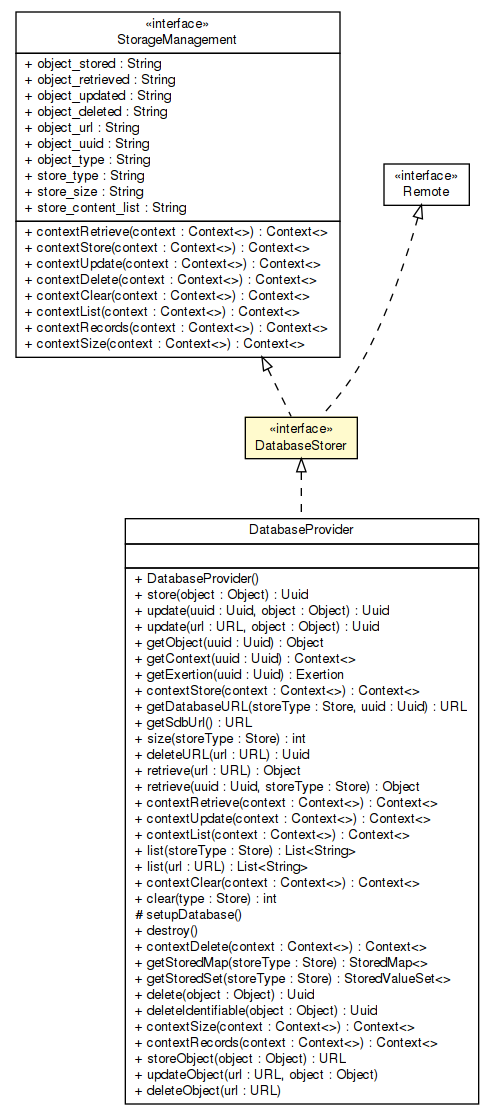
sorcersoft/sorcersoft.github.io keeps this Graphviz diagram as apidocs/sorcer/service/DatabaseStorer.png. Above is the earlier version. Its source is kept beside it as apidocs/sorcer/service/DatabaseStorer.dot.
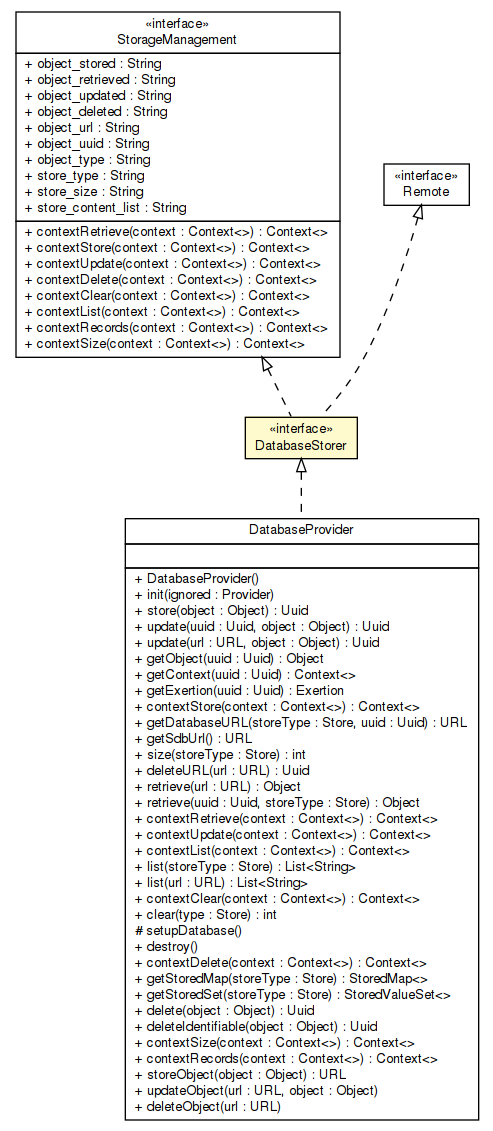
The same file after the commit.

What changed in the source:
```diff
@@ -4,7 +4,7 @@
 	node [fontname="Helvetica",fontsize=10,shape=plaintext];
 	nodesep=0.25;
 	ranksep=0.5;
-	c118381 [label=<<table title="sorcer.core.provider.StorageManagement" border="0" cellborder="1" cellspacing="0" cellpadding="2" port="p" href="../core/provider/StorageManagement.html">
+	c163306 [label=<<table title="sorcer.core.provider.StorageManagement" border="0" cellborder="1" cellspacing="0" cellpadding="2" port="p" href="../core/provider/StorageManagement.html">
 		<tr><td><table border="0" cellspacing="0" cellpadding="1">
 <tr><td align="center" balign="center"> &#171;interface&#187; </td></tr>
 <tr><td align="center" balign="center"> StorageManagement </td></tr>
@@ -32,13 +32,13 @@
 <tr><td align="left" balign="left"> + contextSize(context : Context&lt;&gt;) : Context&lt;&gt; </td></tr>
 		</table></td></tr>
 		</table>>, URL="../core/provider/StorageManagement.html", fontname="Helvetica", fontcolor="black", fontsize=10.0];
-	c118445 [label=<<table title="sorcer.service.DatabaseStorer" border="0" cellborder="1" cellspacing="0" cellpadding="2" port="p" bgcolor="lemonChiffon" href="./DatabaseStorer.html">
+	c163406 [label=<<table title="sorcer.service.DatabaseStorer" border="0" cellborder="1" cellspacing="0" cellpadding="2" port="p" bgcolor="lemonChiffon" href="./DatabaseStorer.html">
 		<tr><td><table border="0" cellspacing="0" cellpadding="1">
 <tr><td align="center" balign="center"> &#171;interface&#187; </td></tr>
 <tr><td align="center" balign="center"> DatabaseStorer </td></tr>
 		</table></td></tr>
 		</table>>, URL="./DatabaseStorer.html", fontname="Helvetica", fontcolor="black", fontsize=10.0];
-	c118573 [label=<<table title="sorcer.core.provider.dbp.DatabaseProvider" border="0" cellborder="1" cellspacing="0" cellpadding="2" port="p" href="../core/provider/dbp/DatabaseProvider.html">
+	c163541 [label=<<table title="sorcer.core.provider.dbp.DatabaseProvider" border="0" cellborder="1" cellspacing="0" cellpadding="2" port="p" href="../core/provider/dbp/DatabaseProvider.html">
 		<tr><td><table border="0" cellspacing="0" cellpadding="1">
 <tr><td align="center" balign="center"> DatabaseProvider </td></tr>
 		</table></td></tr>
@@ -47,6 +47,7 @@
 		</table></td></tr>
 		<tr><td><table border="0" cellspacing="0" cellpadding="1">
 <tr><td align="left" balign="left"> + DatabaseProvider() </td></tr>
+<tr><td align="left" balign="left"> + init(ignored : Provider) </td></tr>
 <tr><td align="left" balign="left"> + store(object : Object) : Uuid </td></tr>
 <tr><td align="left" balign="left"> + update(uuid : Uuid, object : Object) : Uuid </td></tr>
 <tr><td align="left" balign="left"> + update(url : URL, object : Object) : Uuid </td></tr>
@@ -81,10 +82,10 @@
 <tr><td align="left" balign="left"> + deleteObject(url : URL) </td></tr>
 		</table></td></tr>
 		</table>>, URL="../core/provider/dbp/DatabaseProvider.html", fontname="Helvetica", fontcolor="black", fontsize=10.0];
-	c118381:p -> c118445:p [dir=back,arrowtail=empty,style=dashed];
-	c118849:p -> c118445:p [dir=back,arrowtail=empty,style=dashed];
-	c118445:p -> c118573:p [dir=back,arrowtail=empty,style=dashed];
-	c118849 [label=<<table title="java.rmi.Remote" border="0" cellborder="1" cellspacing="0" cellpadding="2" port="p" href="http://docs.oracle.com/javase/7/docs/api/java/rmi/Remote.html">
+	c163306:p -> c163406:p [dir=back,arrowtail=empty,style=dashed];
+	c163854:p -> c163406:p [dir=back,arrowtail=empty,style=dashed];
+	c163406:p -> c163541:p [dir=back,arrowtail=empty,style=dashed];
+	c163854 [label=<<table title="java.rmi.Remote" border="0" cellborder="1" cellspacing="0" cellpadding="2" port="p" href="http://docs.oracle.com/javase/7/docs/api/java/rmi/Remote.html">
 		<tr><td><table border="0" cellspacing="0" cellpadding="1">
 <tr><td align="center" balign="center"> &#171;interface&#187; </td></tr>
 <tr><td align="center" balign="center"> Remote </td></tr>
```
